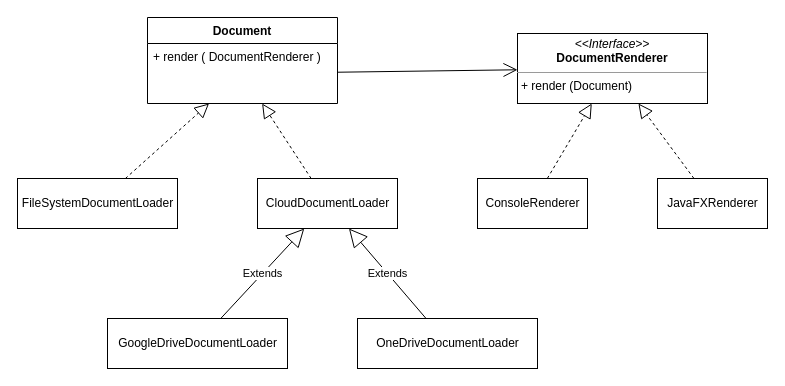
Earlier version of the draw.io diagram page "visitor" (4 of 5) of uml.drawio (uuganbold/design-patterns). Source tidied: cells renumbered, new cells numbered last; positions are measured from the earlier drawing's top-left corner, leaving out a move shared by most shapes. Both pictures are drawn from the tidied source at 100%, with x=0, y=0 at pixel (17, 17).
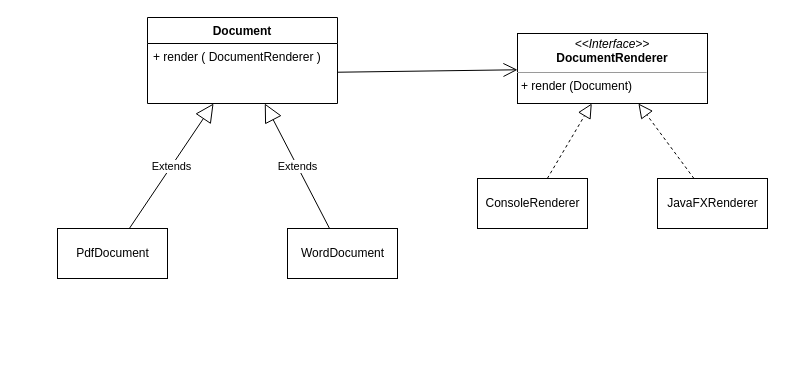
The same page after the edit.

The edit, as a diff of the source:
```diff
@@
 <mxGraphModel>
   <root>
     <mxCell id="0" />
     <mxCell id="1" parent="0" />
     <mxCell id="2" value="Document" style="swimlane;fontStyle=1;align=center;verticalAlign=top;horizontal=1;startSize=26;" parent="1" vertex="1">
       <mxGeometry x="130" width="190" height="86" as="geometry" />
     </mxCell>
     <mxCell id="3" value="+ render ( DocumentRenderer ) " style="text;strokeColor=none;fillColor=none;align=left;verticalAlign=top;spacingLeft=4;spacingRight=4;overflow=hidden;points=[[0,0.5],[1,0.5]];portConstraint=eastwest;" parent="2" vertex="1">
       <mxGeometry y="26" width="190" height="60" as="geometry" />
     </mxCell>
     <mxCell id="4" value="&lt;p style=&quot;margin: 0px ; margin-top: 4px ; text-align: center&quot;&gt;&lt;i&gt;&amp;lt;&amp;lt;Interface&amp;gt;&amp;gt;&lt;/i&gt;&lt;br&gt;&lt;b&gt;DocumentRenderer&lt;/b&gt;&lt;/p&gt;&lt;hr size=&quot;1&quot;&gt;&lt;p style=&quot;margin: 0px ; margin-left: 4px&quot;&gt;+ render (Document)&lt;br&gt;&lt;/p&gt;" style="verticalAlign=top;align=left;overflow=fill;fontSize=12;fontFamily=Helvetica;html=1;" parent="1" vertex="1">
       <mxGeometry x="500" y="16" width="190" height="70" as="geometry" />
     </mxCell>
     <mxCell id="5" value="ConsoleRenderer" style="html=1;" parent="1" vertex="1">
       <mxGeometry x="460" y="161" width="110" height="50" as="geometry" />
     </mxCell>
     <mxCell id="6" value="JavaFXRenderer" style="html=1;" parent="1" vertex="1">
       <mxGeometry x="640" y="161" width="110" height="50" as="geometry" />
     </mxCell>
     <mxCell id="7" style="endArrow=block;dashed=1;endFill=0;endSize=12;html=1;" parent="1" edge="1" source="5" target="4">
       <mxGeometry relative="1" as="geometry" />
     </mxCell>
     <mxCell id="8" style="endArrow=block;dashed=1;endFill=0;endSize=12;html=1;" parent="1" edge="1" source="6" target="4">
       <mxGeometry relative="1" as="geometry" />
     </mxCell>
     <mxCell id="9" style="endArrow=open;endFill=1;endSize=12;html=1;" parent="1" edge="1" source="3" target="4">
       <mxGeometry relative="1" as="geometry" />
     </mxCell>
-    <mxCell id="10" value="FileSystemDocumentLoader" style="html=1;" parent="1" vertex="1">
-      <mxGeometry y="161" width="160" height="50" as="geometry" />
-    </mxCell>
-    <mxCell id="11" style="endArrow=block;dashed=1;endFill=0;endSize=12;html=1;" parent="1" edge="1" source="10" target="3">
-      <mxGeometry relative="1" as="geometry" />
-    </mxCell>
-    <mxCell id="12" value="CloudDocumentLoader" style="html=1;" parent="1" vertex="1">
-      <mxGeometry x="240" y="161" width="140" height="50" as="geometry" />
-    </mxCell>
-    <mxCell id="13" style="endArrow=block;dashed=1;endFill=0;endSize=12;html=1;" parent="1" edge="1" source="12" target="3">
-      <mxGeometry relative="1" as="geometry" />
-    </mxCell>
-    <mxCell id="14" value="GoogleDriveDocumentLoader" style="html=1;" parent="1" vertex="1">
-      <mxGeometry x="90" y="301" width="180" height="50" as="geometry" />
-    </mxCell>
-    <mxCell id="15" value="Extends" style="endArrow=block;endSize=16;endFill=0;html=1;" parent="1" edge="1" source="14" target="12">
-      <mxGeometry relative="1" as="geometry" />
-    </mxCell>
-    <mxCell id="16" value="OneDriveDocumentLoader" style="html=1;" parent="1" vertex="1">
-      <mxGeometry x="340" y="301" width="180" height="50" as="geometry" />
-    </mxCell>
-    <mxCell id="17" value="Extends" style="endArrow=block;endSize=16;endFill=0;html=1;" parent="1" edge="1" source="16" target="12">
-      <mxGeometry relative="1" as="geometry" />
-    </mxCell>
+    <mxCell id="18" value="PdfDocument" style="html=1;" parent="1" vertex="1">
+      <mxGeometry x="40" y="211" width="110" height="50" as="geometry" />
+    </mxCell>
+    <mxCell id="19" value="WordDocument" style="html=1;" parent="1" vertex="1">
+      <mxGeometry x="270" y="211" width="110" height="50" as="geometry" />
+    </mxCell>
+    <mxCell id="20" value="Extends" style="endArrow=block;endSize=16;endFill=0;html=1;" parent="1" edge="1" source="18" target="2">
+      <mxGeometry relative="1" as="geometry" />
+    </mxCell>
+    <mxCell id="21" value="Extends" style="endArrow=block;endSize=16;endFill=0;html=1;" parent="1" edge="1" source="19" target="2">
+      <mxGeometry relative="1" as="geometry" />
+    </mxCell>
   </root>
 </mxGraphModel>
```
